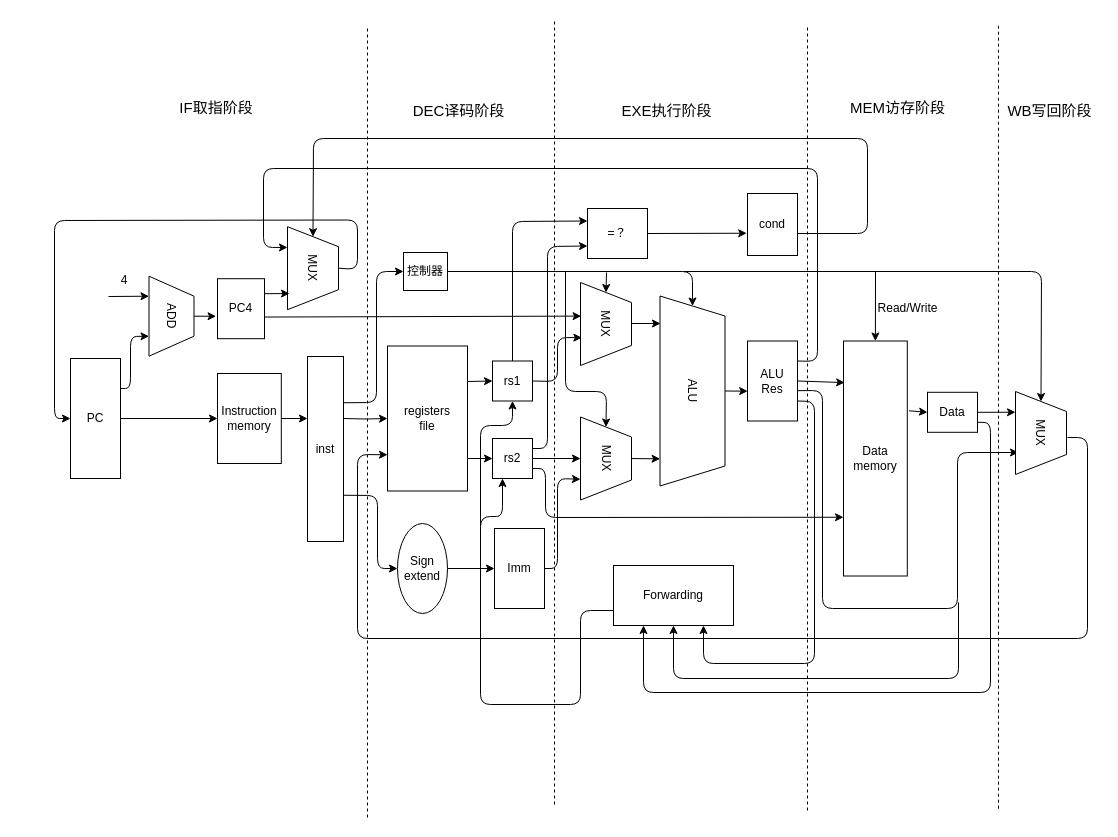
Above: processor2.drawio in Ziyue-Zhang/thesis-picture (draw.io), before the change. Source tidied: cells renumbered, new cells numbered last; positions are measured from the earlier drawing's top-left corner, leaving out a move shared by most shapes. Both pictures are drawn from the tidied source at 100%, with x=0, y=0 at pixel (54, 21).
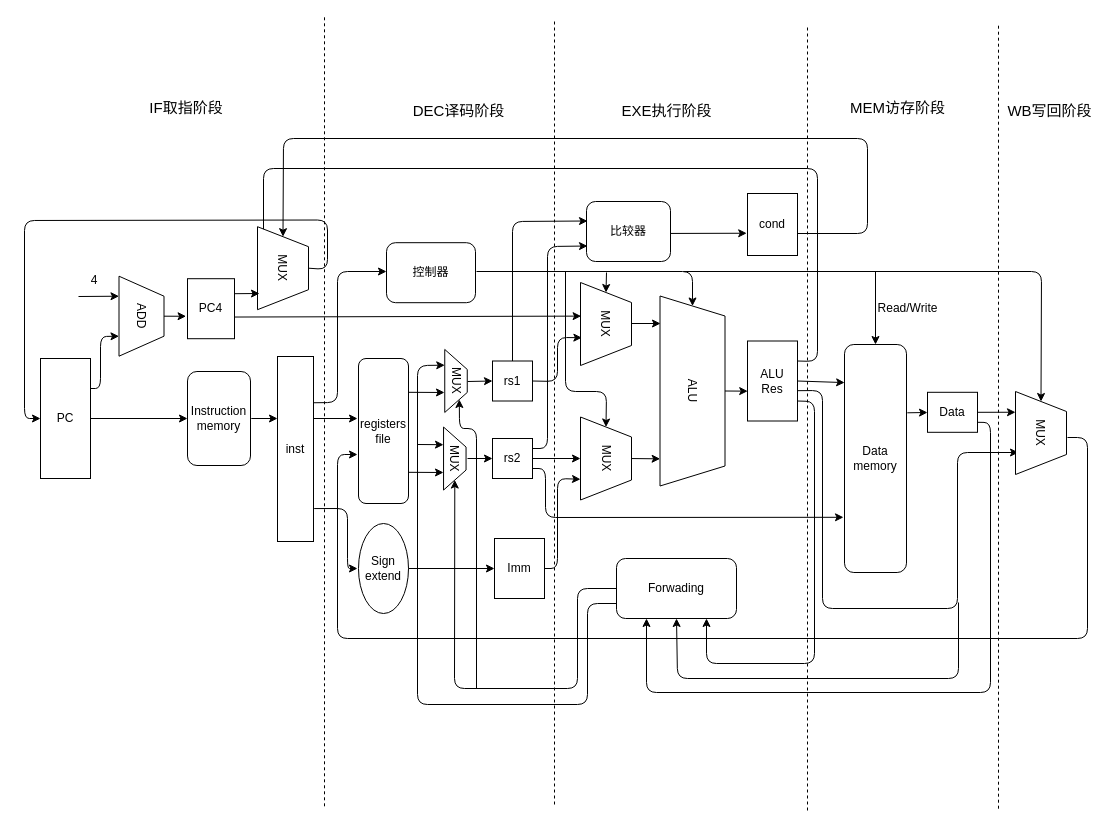
The same page after the edit.

Unchanged cells that the change refers to:
```xml
<mxCell id="9" value="rs1" style="rounded=0;whiteSpace=wrap;html=1;" parent="1" vertex="1">
  <mxGeometry x="438" y="339.5" width="40" height="40" as="geometry" />
</mxCell>
<mxCell id="10" value="rs2" style="rounded=0;whiteSpace=wrap;html=1;" parent="1" vertex="1">
  <mxGeometry x="438" y="417" width="40" height="40" as="geometry" />
</mxCell>
<mxCell id="11" value="ALU" style="shape=trapezoid;perimeter=trapezoidPerimeter;whiteSpace=wrap;html=1;fixedSize=1;rotation=90;" parent="1" vertex="1">
  <mxGeometry x="543" y="337" width="190" height="65" as="geometry" />
</mxCell>
<mxCell id="13" value="cond" style="rounded=0;whiteSpace=wrap;html=1;" parent="1" vertex="1">
  <mxGeometry x="693" y="172" width="50" height="62" as="geometry" />
</mxCell>
<mxCell id="14" value="ALU&lt;br&gt;Res" style="rounded=0;whiteSpace=wrap;html=1;" parent="1" vertex="1">
  <mxGeometry x="693" y="319.5" width="50" height="80" as="geometry" />
</mxCell>
<mxCell id="16" value="Data" style="rounded=0;whiteSpace=wrap;html=1;" parent="1" vertex="1">
  <mxGeometry x="873" y="370.8" width="50" height="40" as="geometry" />
</mxCell>
```

Change to the diagram source:
```diff
@@
-    <mxCell id="2" style="edgeStyle=orthogonalEdgeStyle;rounded=0;jettySize=auto;html=1;exitX=1;exitY=0.5;exitDx=0;exitDy=0;entryX=0;entryY=0.5;entryDx=0;entryDy=0;" parent="1" edge="1" source="3" target="5">
-      <mxGeometry relative="1" as="geometry" />
+    <mxCell id="2" style="edgeStyle=orthogonalEdgeStyle;rounded=0;jettySize=auto;html=1;exitX=1;exitY=0.5;exitDx=0;exitDy=0;entryX=0;entryY=0.5;entryDx=0;entryDy=0;" parent="1" edge="1" source="3">
+      <mxGeometry relative="1" as="geometry">
+        <mxPoint x="133" y="397" as="targetPoint" />
+      </mxGeometry>
     </mxCell>
     <mxCell id="3" value="PC" style="rounded=0;whiteSpace=wrap;html=1;" parent="1" vertex="1">
-      <mxGeometry x="16" y="337" width="50" height="120" as="geometry" />
+      <mxGeometry x="-14" y="337" width="50" height="120" as="geometry" />
     </mxCell>
     <mxCell id="4" value="ADD" style="shape=trapezoid;perimeter=trapezoidPerimeter;whiteSpace=wrap;html=1;fixedSize=1;rotation=90;" parent="1" vertex="1">
-      <mxGeometry x="77" y="272.2" width="80" height="45" as="geometry" />
+      <mxGeometry x="47" y="272.2" width="80" height="45" as="geometry" />
     </mxCell>
-    <mxCell id="5" value="Instruction&lt;br&gt;memory" style="rounded=0;whiteSpace=wrap;html=1;" parent="1" vertex="1">
-      <mxGeometry x="163" y="352" width="63.8" height="90" as="geometry" />
-    </mxCell>
-    <mxCell id="6" style="edgeStyle=orthogonalEdgeStyle;rounded=0;jettySize=auto;html=1;" parent="1" edge="1" target="8">
+    <mxCell id="6" style="edgeStyle=orthogonalEdgeStyle;rounded=0;orthogonalLoop=1;jettySize=auto;html=1;" parent="1" edge="1">
       <mxGeometry relative="1" as="geometry">
-        <mxPoint x="289" y="397" as="sourcePoint" />
+        <mxPoint x="259" y="397" as="sourcePoint" />
+        <mxPoint x="303" y="397" as="targetPoint" />
       </mxGeometry>
     </mxCell>
     <mxCell id="7" value="inst" style="rounded=0;whiteSpace=wrap;html=1;" parent="1" vertex="1">
-      <mxGeometry x="253" y="335" width="36" height="185" as="geometry" />
+      <mxGeometry x="223" y="335" width="36" height="185" as="geometry" />
     </mxCell>
-    <mxCell id="8" value="registers&lt;br&gt;file" style="rounded=0;whiteSpace=wrap;html=1;" parent="1" vertex="1">
-      <mxGeometry x="333" y="324.5" width="80" height="145" as="geometry" />
-    </mxCell>
@@
-    <mxCell id="12" value="=？" style="rounded=0;whiteSpace=wrap;html=1;" parent="1" vertex="1">
-      <mxGeometry x="533" y="187" width="60" height="50" as="geometry" />
-    </mxCell>
@@
-    <mxCell id="15" value="Data&lt;br&gt;memory" style="rounded=0;whiteSpace=wrap;html=1;" parent="1" vertex="1">
-      <mxGeometry x="789" y="319.5" width="63.8" height="235" as="geometry" />
-    </mxCell>
@@
     <mxCell id="17" value="Imm" style="rounded=0;whiteSpace=wrap;html=1;" parent="1" vertex="1">
-      <mxGeometry x="440" y="507" width="50" height="80" as="geometry" />
+      <mxGeometry x="440" y="517" width="50" height="60" as="geometry" />
     </mxCell>
     <mxCell id="18" value="Sign&lt;br&gt;extend" style="ellipse;whiteSpace=wrap;html=1;" parent="1" vertex="1">
-      <mxGeometry x="343" y="502" width="50" height="90" as="geometry" />
+      <mxGeometry x="304" y="502" width="50" height="90" as="geometry" />
     </mxCell>
-    <mxCell id="19" style="endArrow=classic;html=1;exitX=1;exitY=0.75;exitDx=0;exitDy=0;entryX=0;entryY=0.5;entryDx=0;entryDy=0;" parent="1" edge="1" source="7" target="18">
+    <mxCell id="19" style="endArrow=classic;html=1;exitX=1.019;exitY=0.822;exitDx=0;exitDy=0;exitPerimeter=0;" parent="1" edge="1" source="7">
       <mxGeometry relative="1" as="geometry">
+        <mxPoint x="303" y="547" as="targetPoint" />
         <Array as="points">
-          <mxPoint x="323" y="474" />
-          <mxPoint x="323" y="547" />
+          <mxPoint x="293" y="487" />
+          <mxPoint x="293" y="547" />
         </Array>
       </mxGeometry>
     </mxCell>
@@
     <mxCell id="21" style="endArrow=classic;html=1;entryX=0.75;entryY=1;entryDx=0;entryDy=0;exitX=1;exitY=0.25;exitDx=0;exitDy=0;" parent="1" edge="1" source="3" target="4">
       <mxGeometry relative="1" as="geometry">
         <Array as="points">
-          <mxPoint x="76" y="367" />
-          <mxPoint x="76" y="315" />
+          <mxPoint x="46" y="367" />
+          <mxPoint x="46" y="315" />
         </Array>
       </mxGeometry>
     </mxCell>
-    <mxCell id="22" style="endArrow=classic;html=1;exitX=1;exitY=0.5;exitDx=0;exitDy=0;" parent="1" edge="1" source="5">
+    <mxCell id="22" style="endArrow=classic;html=1;exitX=1;exitY=0.5;exitDx=0;exitDy=0;" parent="1" edge="1">
       <mxGeometry relative="1" as="geometry">
-        <mxPoint x="253" y="397" as="targetPoint" />
+        <mxPoint x="196.8" y="397" as="sourcePoint" />
+        <mxPoint x="223" y="397" as="targetPoint" />
       </mxGeometry>
     </mxCell>
@@
-    <mxCell id="30" style="endArrow=classic;html=1;exitX=1;exitY=0.25;exitDx=0;exitDy=0;entryX=0;entryY=0.75;entryDx=0;entryDy=0;" parent="1" edge="1" source="10" target="12">
+    <mxCell id="30" style="endArrow=classic;html=1;exitX=1;exitY=0.25;exitDx=0;exitDy=0;entryX=0;entryY=0.75;entryDx=0;entryDy=0;" parent="1" edge="1" source="10">
       <mxGeometry relative="1" as="geometry">
+        <mxPoint x="533" y="224.5" as="targetPoint" />
         <Array as="points">
           <mxPoint x="493" y="427" />
           <mxPoint x="493" y="225" />
         </Array>
       </mxGeometry>
     </mxCell>
-    <mxCell id="31" style="endArrow=classic;html=1;entryX=-0.016;entryY=0.641;entryDx=0;entryDy=0;exitX=1;exitY=0.5;exitDx=0;exitDy=0;entryPerimeter=0;" parent="1" edge="1" source="12" target="13">
-      <mxGeometry relative="1" as="geometry" />
+    <mxCell id="31" style="endArrow=classic;html=1;entryX=-0.016;entryY=0.641;entryDx=0;entryDy=0;exitX=1;exitY=0.5;exitDx=0;exitDy=0;entryPerimeter=0;" parent="1" edge="1" target="13">
+      <mxGeometry relative="1" as="geometry">
+        <mxPoint x="593" y="212" as="sourcePoint" />
+      </mxGeometry>
     </mxCell>
-    <mxCell id="32" style="endArrow=classic;html=1;entryX=0;entryY=0.25;entryDx=0;entryDy=0;exitX=0.5;exitY=0;exitDx=0;exitDy=0;" parent="1" edge="1" source="9" target="12">
+    <mxCell id="32" style="endArrow=classic;html=1;entryX=0;entryY=0.25;entryDx=0;entryDy=0;exitX=0.5;exitY=0;exitDx=0;exitDy=0;" parent="1" edge="1" source="9">
       <mxGeometry relative="1" as="geometry">
+        <mxPoint x="533" y="199.5" as="targetPoint" />
         <Array as="points">
           <mxPoint x="458" y="200" />
         </Array>
       </mxGeometry>
     </mxCell>
@@
-    <mxCell id="34" style="endArrow=classic;html=1;entryX=0;entryY=0.75;entryDx=0;entryDy=0;exitX=1;exitY=0.75;exitDx=0;exitDy=0;" parent="1" edge="1" source="10" target="15">
+    <mxCell id="34" style="endArrow=classic;html=1;entryX=0;entryY=0.75;entryDx=0;entryDy=0;exitX=1;exitY=0.75;exitDx=0;exitDy=0;" parent="1" edge="1" source="10">
       <mxGeometry relative="1" as="geometry">
+        <mxPoint x="789" y="495.8" as="targetPoint" />
         <Array as="points">
           <mxPoint x="491" y="447" />
           <mxPoint x="491" y="496" />
         </Array>
       </mxGeometry>
     </mxCell>
-    <mxCell id="35" style="endArrow=classic;html=1;exitX=1;exitY=0.5;exitDx=0;exitDy=0;entryX=0.018;entryY=0.177;entryDx=0;entryDy=0;entryPerimeter=0;" parent="1" edge="1" source="14" target="15">
-      <mxGeometry relative="1" as="geometry" />
+    <mxCell id="35" style="endArrow=classic;html=1;exitX=1;exitY=0.5;exitDx=0;exitDy=0;entryX=0.018;entryY=0.177;entryDx=0;entryDy=0;entryPerimeter=0;" parent="1" edge="1" source="14">
+      <mxGeometry relative="1" as="geometry">
+        <mxPoint x="790.1" y="361.1" as="targetPoint" />
+      </mxGeometry>
     </mxCell>
@@
-    <mxCell id="37" style="endArrow=classic;html=1;exitX=1.027;exitY=0.297;exitDx=0;exitDy=0;exitPerimeter=0;entryX=0;entryY=0.5;entryDx=0;entryDy=0;" parent="1" edge="1" source="15" target="16">
-      <mxGeometry relative="1" as="geometry" />
+    <mxCell id="37" style="endArrow=classic;html=1;exitX=1.013;exitY=0.339;exitDx=0;exitDy=0;exitPerimeter=0;" parent="1" edge="1">
+      <mxGeometry relative="1" as="geometry">
+        <mxPoint x="852.8" y="391.3" as="sourcePoint" />
+        <mxPoint x="873" y="391" as="targetPoint" />
+      </mxGeometry>
     </mxCell>
@@
-    <mxCell id="39" style="endArrow=classic;html=1;entryX=0;entryY=0.75;entryDx=0;entryDy=0;" parent="1" edge="1" target="8">
+    <mxCell id="39" style="endArrow=classic;html=1;" parent="1" edge="1">
       <mxGeometry relative="1" as="geometry">
         <mxPoint x="1013" y="416" as="sourcePoint" />
+        <mxPoint x="303" y="433" as="targetPoint" />
         <Array as="points">
           <mxPoint x="1033" y="416" />
           <mxPoint x="1033" y="617" />
-          <mxPoint x="303" y="617" />
-          <mxPoint x="303" y="433" />
+          <mxPoint x="283" y="617" />
+          <mxPoint x="283" y="433" />
         </Array>
       </mxGeometry>
     </mxCell>
     <mxCell id="40" style="endArrow=none;dashed=1;html=1;" parent="1" edge="1">
       <mxGeometry relative="1" as="geometry">
-        <mxPoint x="313" y="7" as="sourcePoint" />
-        <mxPoint x="313" y="797" as="targetPoint" />
+        <mxPoint x="270" y="-4.2" as="sourcePoint" />
+        <mxPoint x="270" y="785.8" as="targetPoint" />
       </mxGeometry>
     </mxCell>
@@
     <mxCell id="44" value="&lt;font style=&quot;font-size: 15px&quot;&gt;IF取指阶段&lt;/font&gt;" style="text;html=1;strokeColor=none;fillColor=none;align=center;verticalAlign=middle;whiteSpace=wrap;rounded=0;" parent="1" vertex="1">
-      <mxGeometry x="120" y="76" width="84" height="20" as="geometry" />
+      <mxGeometry x="90" y="76" width="84" height="20" as="geometry" />
     </mxCell>
@@
-    <mxCell id="49" value="Forwarding" style="rounded=0;whiteSpace=wrap;html=1;" parent="1" vertex="1">
-      <mxGeometry x="559" y="544" width="120" height="60" as="geometry" />
-    </mxCell>
-    <mxCell id="50" style="endArrow=classic;html=1;entryX=0.5;entryY=1;entryDx=0;entryDy=0;" parent="1" edge="1" target="49">
+    <mxCell id="50" style="endArrow=classic;html=1;entryX=0.5;entryY=1;entryDx=0;entryDy=0;" parent="1" edge="1" target="76">
       <mxGeometry relative="1" as="geometry">
         <mxPoint x="904" y="581" as="sourcePoint" />
         <Array as="points">
           <mxPoint x="904" y="657" />
-          <mxPoint x="619" y="657" />
+          <mxPoint x="623" y="657" />
         </Array>
       </mxGeometry>
     </mxCell>
-    <mxCell id="51" style="endArrow=classic;html=1;entryX=0.25;entryY=1;entryDx=0;entryDy=0;exitX=1;exitY=0.75;exitDx=0;exitDy=0;" parent="1" edge="1" source="16" target="49">
+    <mxCell id="51" style="endArrow=classic;html=1;entryX=0.25;entryY=1;entryDx=0;entryDy=0;exitX=1;exitY=0.75;exitDx=0;exitDy=0;" parent="1" edge="1" source="16" target="76">
       <mxGeometry relative="1" as="geometry">
         <Array as="points">
           <mxPoint x="936" y="401" />
           <mxPoint x="936" y="671" />
-          <mxPoint x="589" y="671" />
+          <mxPoint x="592" y="671" />
         </Array>
       </mxGeometry>
     </mxCell>
-    <mxCell id="52" style="endArrow=classic;html=1;entryX=0.75;entryY=1;entryDx=0;entryDy=0;exitX=1;exitY=0.75;exitDx=0;exitDy=0;" parent="1" edge="1" source="14" target="49">
+    <mxCell id="52" style="endArrow=classic;html=1;entryX=0.75;entryY=1;entryDx=0;entryDy=0;exitX=1;exitY=0.75;exitDx=0;exitDy=0;" parent="1" edge="1" source="14" target="76">
       <mxGeometry relative="1" as="geometry">
         <Array as="points">
           <mxPoint x="760" y="380" />
           <mxPoint x="760" y="642" />
-          <mxPoint x="649" y="642" />
+          <mxPoint x="652" y="642" />
         </Array>
       </mxGeometry>
     </mxCell>
-    <mxCell id="53" style="endArrow=classic;html=1;exitX=0;exitY=0.75;exitDx=0;exitDy=0;entryX=0.25;entryY=1;entryDx=0;entryDy=0;" parent="1" edge="1" source="49" target="10">
+    <mxCell id="53" style="endArrow=classic;html=1;entryX=0.25;entryY=1;entryDx=0;entryDy=0;exitX=0;exitY=0.75;exitDx=0;exitDy=0;" parent="1" edge="1" source="76" target="77">
       <mxGeometry relative="1" as="geometry">
         <Array as="points">
-          <mxPoint x="526" y="589" />
-          <mxPoint x="526" y="683" />
-          <mxPoint x="426" y="683" />
-          <mxPoint x="426" y="495" />
-          <mxPoint x="448" y="495" />
+          <mxPoint x="533" y="582" />
+          <mxPoint x="533" y="683" />
+          <mxPoint x="363" y="683" />
+          <mxPoint x="363" y="344" />
         </Array>
       </mxGeometry>
     </mxCell>
-    <mxCell id="54" style="endArrow=classic;html=1;entryX=0.5;entryY=1;entryDx=0;entryDy=0;" parent="1" edge="1" target="9">
-      <mxGeometry relative="1" as="geometry">
-        <mxPoint x="426" y="505" as="sourcePoint" />
-        <Array as="points">
-          <mxPoint x="426" y="404" />
-          <mxPoint x="458" y="404" />
-        </Array>
-      </mxGeometry>
-    </mxCell>
     <mxCell id="55" style="endArrow=classic;html=1;entryX=0;entryY=0.5;entryDx=0;entryDy=0;exitX=0.5;exitY=0;exitDx=0;exitDy=0;" parent="1" edge="1" source="58" target="3">
       <mxGeometry relative="1" as="geometry">
         <Array as="points">
-          <mxPoint x="303" y="248" />
-          <mxPoint x="303" y="198.5" />
-          <mxPoint y="199" />
-          <mxPoint y="397" />
+          <mxPoint x="273" y="248" />
+          <mxPoint x="273" y="198.5" />
+          <mxPoint x="-30" y="199" />
+          <mxPoint x="-30" y="397" />
         </Array>
       </mxGeometry>
     </mxCell>
     <mxCell id="56" style="endArrow=classic;html=1;exitX=1;exitY=0.5;exitDx=0;exitDy=0;entryX=0;entryY=0.5;entryDx=0;entryDy=0;" parent="1" edge="1" target="58">
       <mxGeometry relative="1" as="geometry">
         <mxPoint x="743" y="212" as="sourcePoint" />
         <Array as="points">
           <mxPoint x="813" y="212" />
           <mxPoint x="813" y="117" />
-          <mxPoint x="259" y="117" />
+          <mxPoint x="229" y="117" />
         </Array>
       </mxGeometry>
     </mxCell>
@@
     <mxCell id="58" value="MUX" style="shape=trapezoid;perimeter=trapezoidPerimeter;whiteSpace=wrap;html=1;fixedSize=1;rotation=90;direction=east;" parent="1" vertex="1">
-      <mxGeometry x="217" y="221.2" width="83" height="51" as="geometry" />
+      <mxGeometry x="187" y="221.2" width="83" height="51" as="geometry" />
     </mxCell>
     <mxCell id="59" value="PC4" style="rounded=0;whiteSpace=wrap;html=1;" parent="1" vertex="1">
-      <mxGeometry x="163" y="257.2" width="47" height="60" as="geometry" />
+      <mxGeometry x="133" y="257.2" width="47" height="60" as="geometry" />
     </mxCell>
@@
     <mxCell id="62" style="endArrow=classic;html=1;entryX=0.25;entryY=1;entryDx=0;entryDy=0;" parent="1" edge="1" target="4">
       <mxGeometry relative="1" as="geometry">
-        <mxPoint x="54" y="275" as="sourcePoint" />
+        <mxPoint x="24" y="275" as="sourcePoint" />
       </mxGeometry>
     </mxCell>
     <mxCell id="63" value="4" style="text;html=1;strokeColor=none;fillColor=none;align=center;verticalAlign=middle;whiteSpace=wrap;rounded=0;" parent="1" vertex="1">
-      <mxGeometry x="50" y="249" width="40" height="20" as="geometry" />
+      <mxGeometry x="20" y="249" width="40" height="20" as="geometry" />
     </mxCell>
     <mxCell id="64" style="endArrow=classic;html=1;exitX=1;exitY=0.25;exitDx=0;exitDy=0;" parent="1" edge="1" source="59">
       <mxGeometry relative="1" as="geometry">
-        <mxPoint x="235" y="272" as="targetPoint" />
+        <mxPoint x="205" y="272" as="targetPoint" />
       </mxGeometry>
     </mxCell>
-    <mxCell id="65" value="控制器" style="rounded=0;whiteSpace=wrap;html=1;" parent="1" vertex="1">
-      <mxGeometry x="349" y="231" width="44" height="38" as="geometry" />
-    </mxCell>
-    <mxCell id="66" style="endArrow=classic;html=1;exitX=1;exitY=0.25;exitDx=0;exitDy=0;entryX=0;entryY=0.5;entryDx=0;entryDy=0;" parent="1" edge="1" source="7" target="65">
+    <mxCell id="66" style="endArrow=classic;html=1;exitX=1;exitY=0.25;exitDx=0;exitDy=0;" parent="1" edge="1" source="7">
       <mxGeometry relative="1" as="geometry">
+        <mxPoint x="332" y="250" as="targetPoint" />
         <Array as="points">
-          <mxPoint x="322" y="381" />
-          <mxPoint x="322" y="250" />
+          <mxPoint x="283" y="381" />
+          <mxPoint x="283" y="250" />
         </Array>
       </mxGeometry>
     </mxCell>
-    <mxCell id="67" style="endArrow=classic;html=1;exitX=1;exitY=0.5;exitDx=0;exitDy=0;entryX=0;entryY=0.5;entryDx=0;entryDy=0;" parent="1" edge="1" source="65" target="11">
+    <mxCell id="67" style="endArrow=classic;html=1;entryX=0;entryY=0.5;entryDx=0;entryDy=0;" parent="1" edge="1" target="11">
       <mxGeometry relative="1" as="geometry">
+        <mxPoint x="422" y="250" as="sourcePoint" />
         <Array as="points">
           <mxPoint x="638" y="250" />
         </Array>
       </mxGeometry>
     </mxCell>
@@
+    <mxCell id="76" value="Forwading" style="rounded=1;whiteSpace=wrap;html=1;" parent="1" vertex="1">
+      <mxGeometry x="562" y="537" width="120" height="60" as="geometry" />
+    </mxCell>
+    <mxCell id="77" value="MUX" style="shape=trapezoid;perimeter=trapezoidPerimeter;whiteSpace=wrap;html=1;fixedSize=1;rotation=90;direction=east;" parent="1" vertex="1">
+      <mxGeometry x="370" y="348.2" width="63" height="22.5" as="geometry" />
+    </mxCell>
+    <mxCell id="78" value="MUX" style="shape=trapezoid;perimeter=trapezoidPerimeter;whiteSpace=wrap;html=1;fixedSize=1;rotation=90;direction=east;" parent="1" vertex="1">
+      <mxGeometry x="368.8" y="425.8" width="63" height="22.5" as="geometry" />
+    </mxCell>
+    <mxCell id="79" style="endArrow=classic;html=1;exitX=1;exitY=0.75;exitDx=0;exitDy=0;entryX=0.5;entryY=1;entryDx=0;entryDy=0;" parent="1" edge="1">
+      <mxGeometry relative="1" as="geometry">
+        <mxPoint x="353" y="450.8" as="sourcePoint" />
+        <mxPoint x="389" y="451" as="targetPoint" />
+      </mxGeometry>
+    </mxCell>
+    <mxCell id="80" style="endArrow=classic;html=1;exitX=1;exitY=0.75;exitDx=0;exitDy=0;entryX=0.5;entryY=1;entryDx=0;entryDy=0;" parent="1" edge="1">
+      <mxGeometry relative="1" as="geometry">
+        <mxPoint x="354" y="370.8" as="sourcePoint" />
+        <mxPoint x="390" y="371" as="targetPoint" />
+      </mxGeometry>
+    </mxCell>
+    <mxCell id="81" style="endArrow=classic;html=1;entryX=0.25;entryY=1;entryDx=0;entryDy=0;" parent="1" edge="1">
+      <mxGeometry relative="1" as="geometry">
+        <mxPoint x="363" y="423" as="sourcePoint" />
+        <mxPoint x="389" y="423.2" as="targetPoint" />
+      </mxGeometry>
+    </mxCell>
+    <mxCell id="82" style="endArrow=classic;html=1;exitX=0;exitY=0.5;exitDx=0;exitDy=0;entryX=1;entryY=0.5;entryDx=0;entryDy=0;" parent="1" edge="1" source="76" target="78">
+      <mxGeometry relative="1" as="geometry">
+        <Array as="points">
+          <mxPoint x="523" y="567" />
+          <mxPoint x="523" y="667" />
+          <mxPoint x="400" y="667" />
+        </Array>
+      </mxGeometry>
+    </mxCell>
+    <mxCell id="83" style="endArrow=classic;html=1;entryX=1;entryY=0.25;entryDx=0;entryDy=0;" parent="1" edge="1" target="77">
+      <mxGeometry relative="1" as="geometry">
+        <mxPoint x="422" y="667" as="sourcePoint" />
+        <Array as="points">
+          <mxPoint x="422" y="407" />
+          <mxPoint x="405" y="407" />
+        </Array>
+      </mxGeometry>
+    </mxCell>
+    <mxCell id="65" value="控制器" style="rounded=1;whiteSpace=wrap;html=1;" parent="1" vertex="1">
+      <mxGeometry x="332" y="221.2" width="89" height="60" as="geometry" />
+    </mxCell>
+    <mxCell id="84" value="比较器" style="rounded=1;whiteSpace=wrap;html=1;" parent="1" vertex="1">
+      <mxGeometry x="532" y="180" width="84" height="60" as="geometry" />
+    </mxCell>
+    <mxCell id="8" value="&lt;span&gt;registers&lt;/span&gt;&lt;br&gt;&lt;span&gt;file&lt;/span&gt;" style="rounded=1;whiteSpace=wrap;html=1;" parent="1" vertex="1">
+      <mxGeometry x="304" y="337" width="50" height="145" as="geometry" />
+    </mxCell>
+    <mxCell id="5" value="&lt;span&gt;Instruction&lt;/span&gt;&lt;br&gt;&lt;span&gt;memory&lt;/span&gt;" style="rounded=1;whiteSpace=wrap;html=1;" parent="1" vertex="1">
+      <mxGeometry x="133" y="350" width="63" height="94" as="geometry" />
+    </mxCell>
+    <mxCell id="15" value="&lt;span&gt;Data&lt;/span&gt;&lt;br&gt;&lt;span&gt;memory&lt;/span&gt;" style="rounded=1;whiteSpace=wrap;html=1;" parent="1" vertex="1">
+      <mxGeometry x="790" y="323" width="62" height="228" as="geometry" />
+    </mxCell>
```
